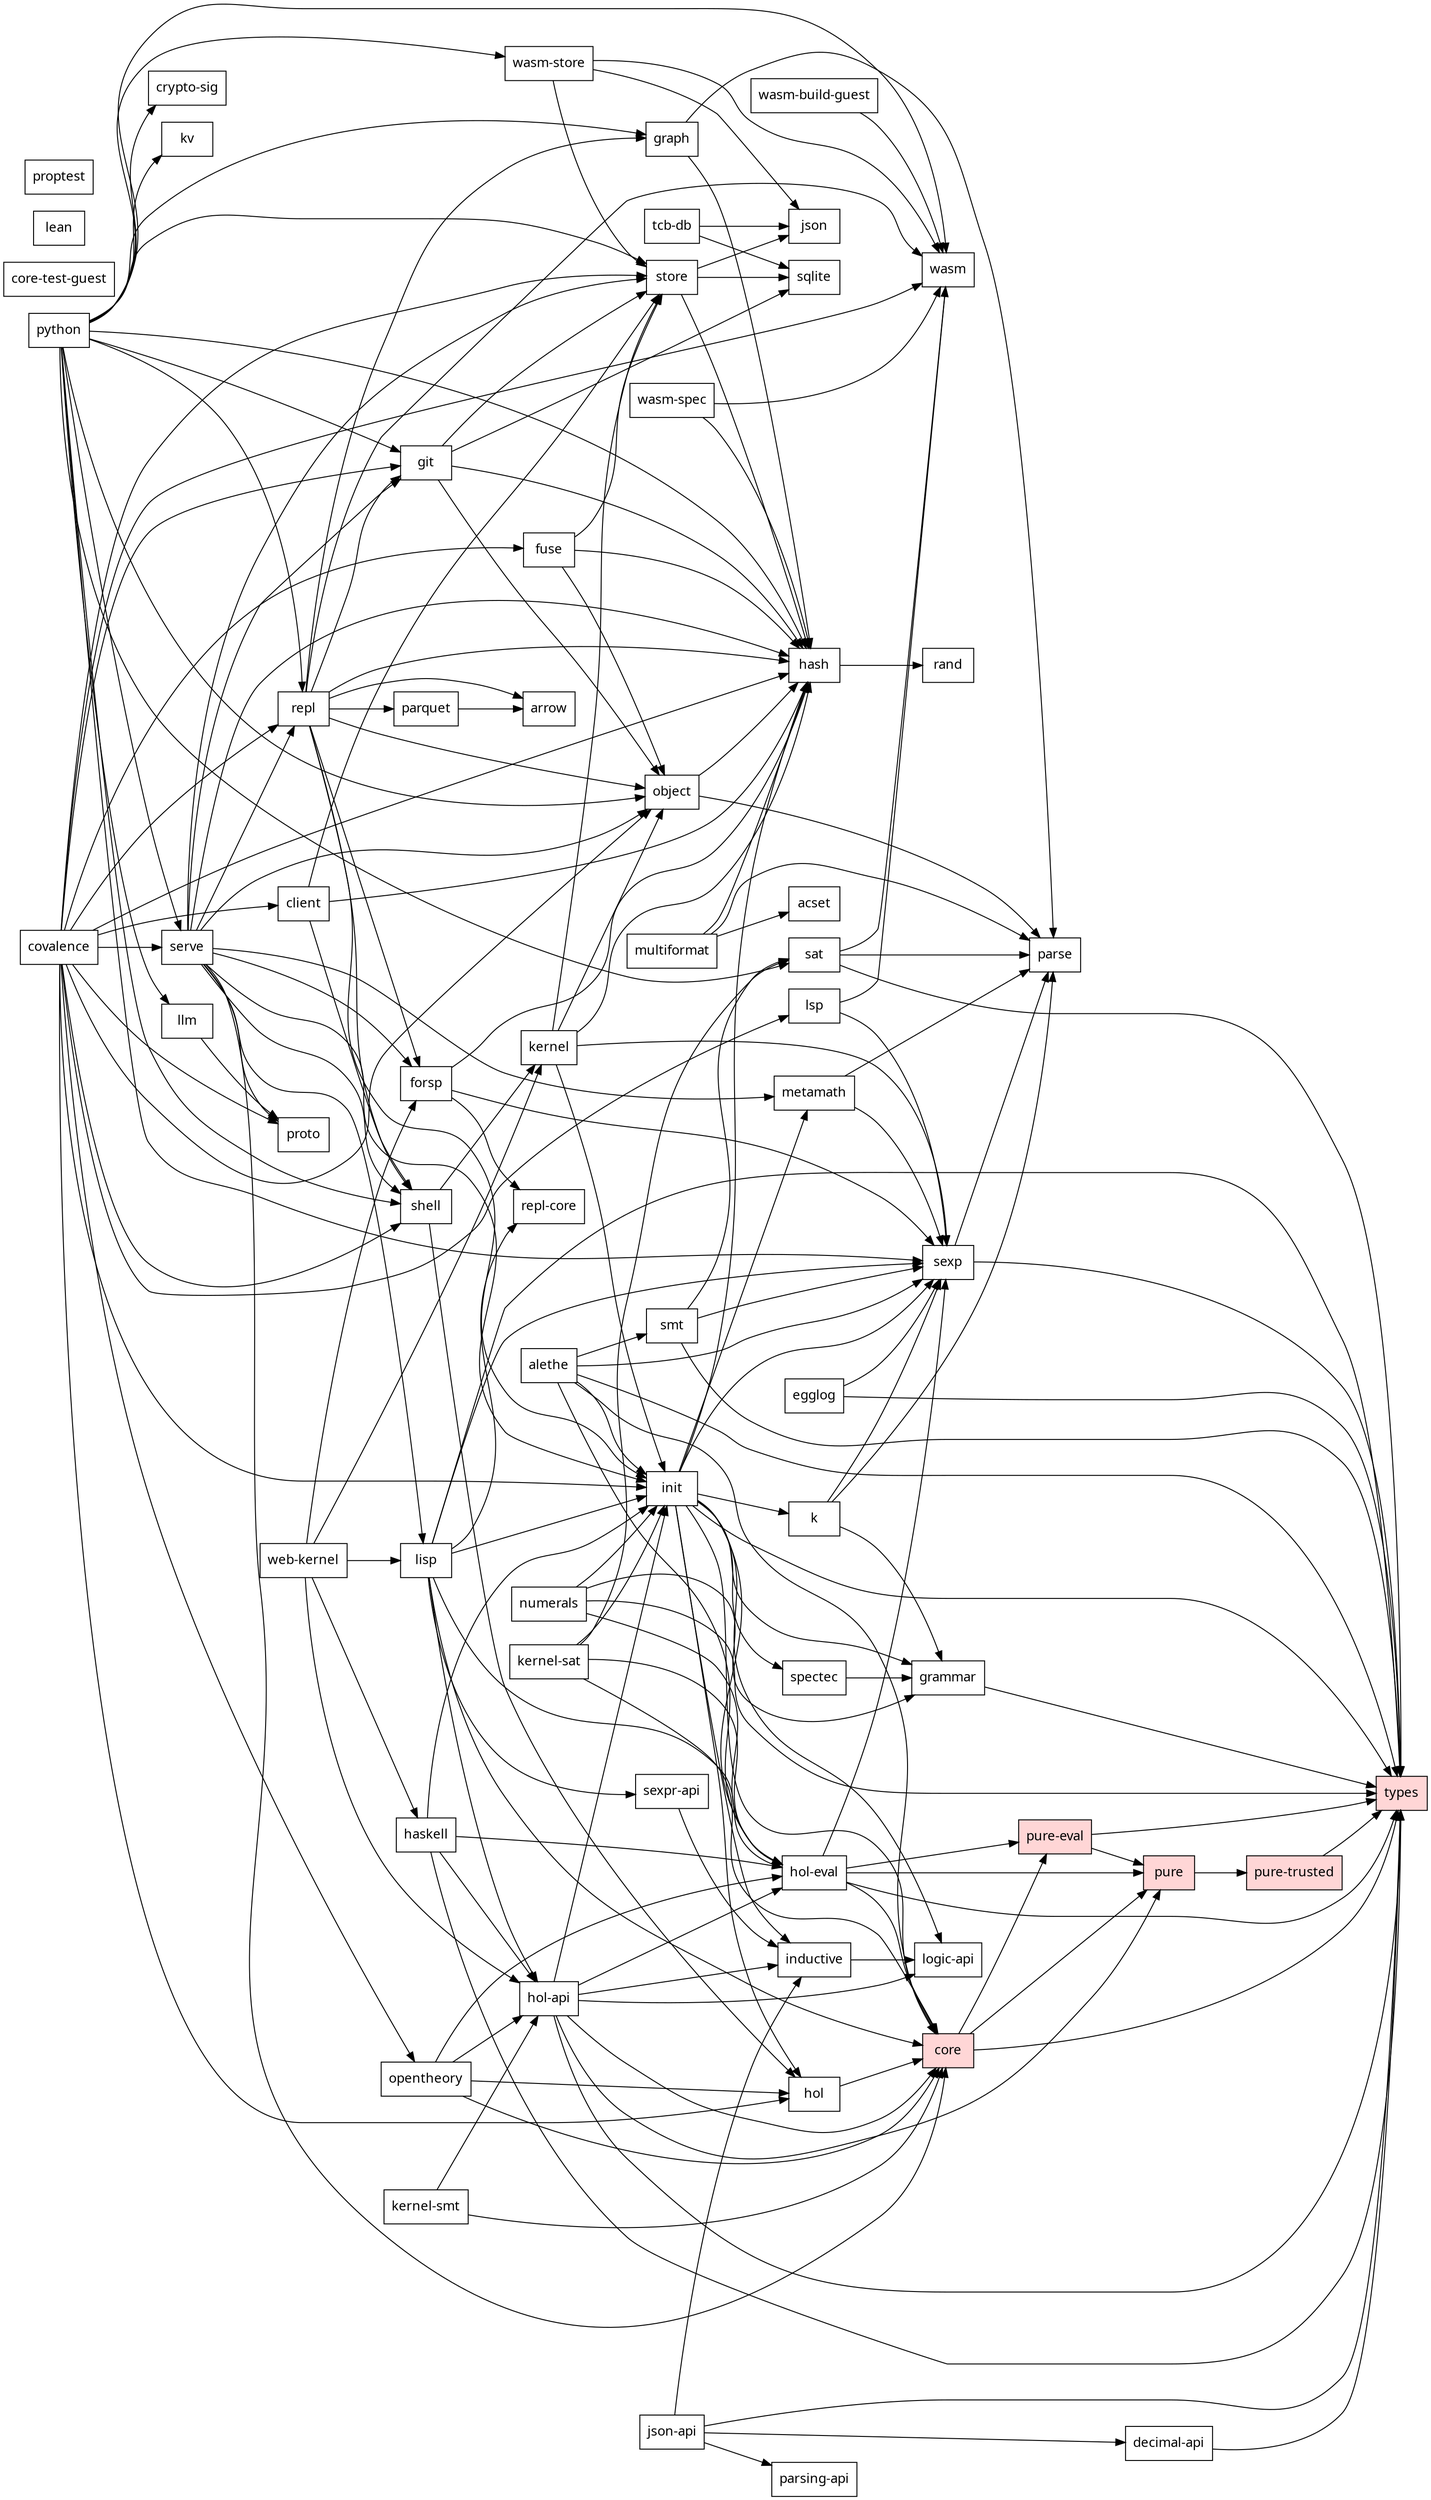
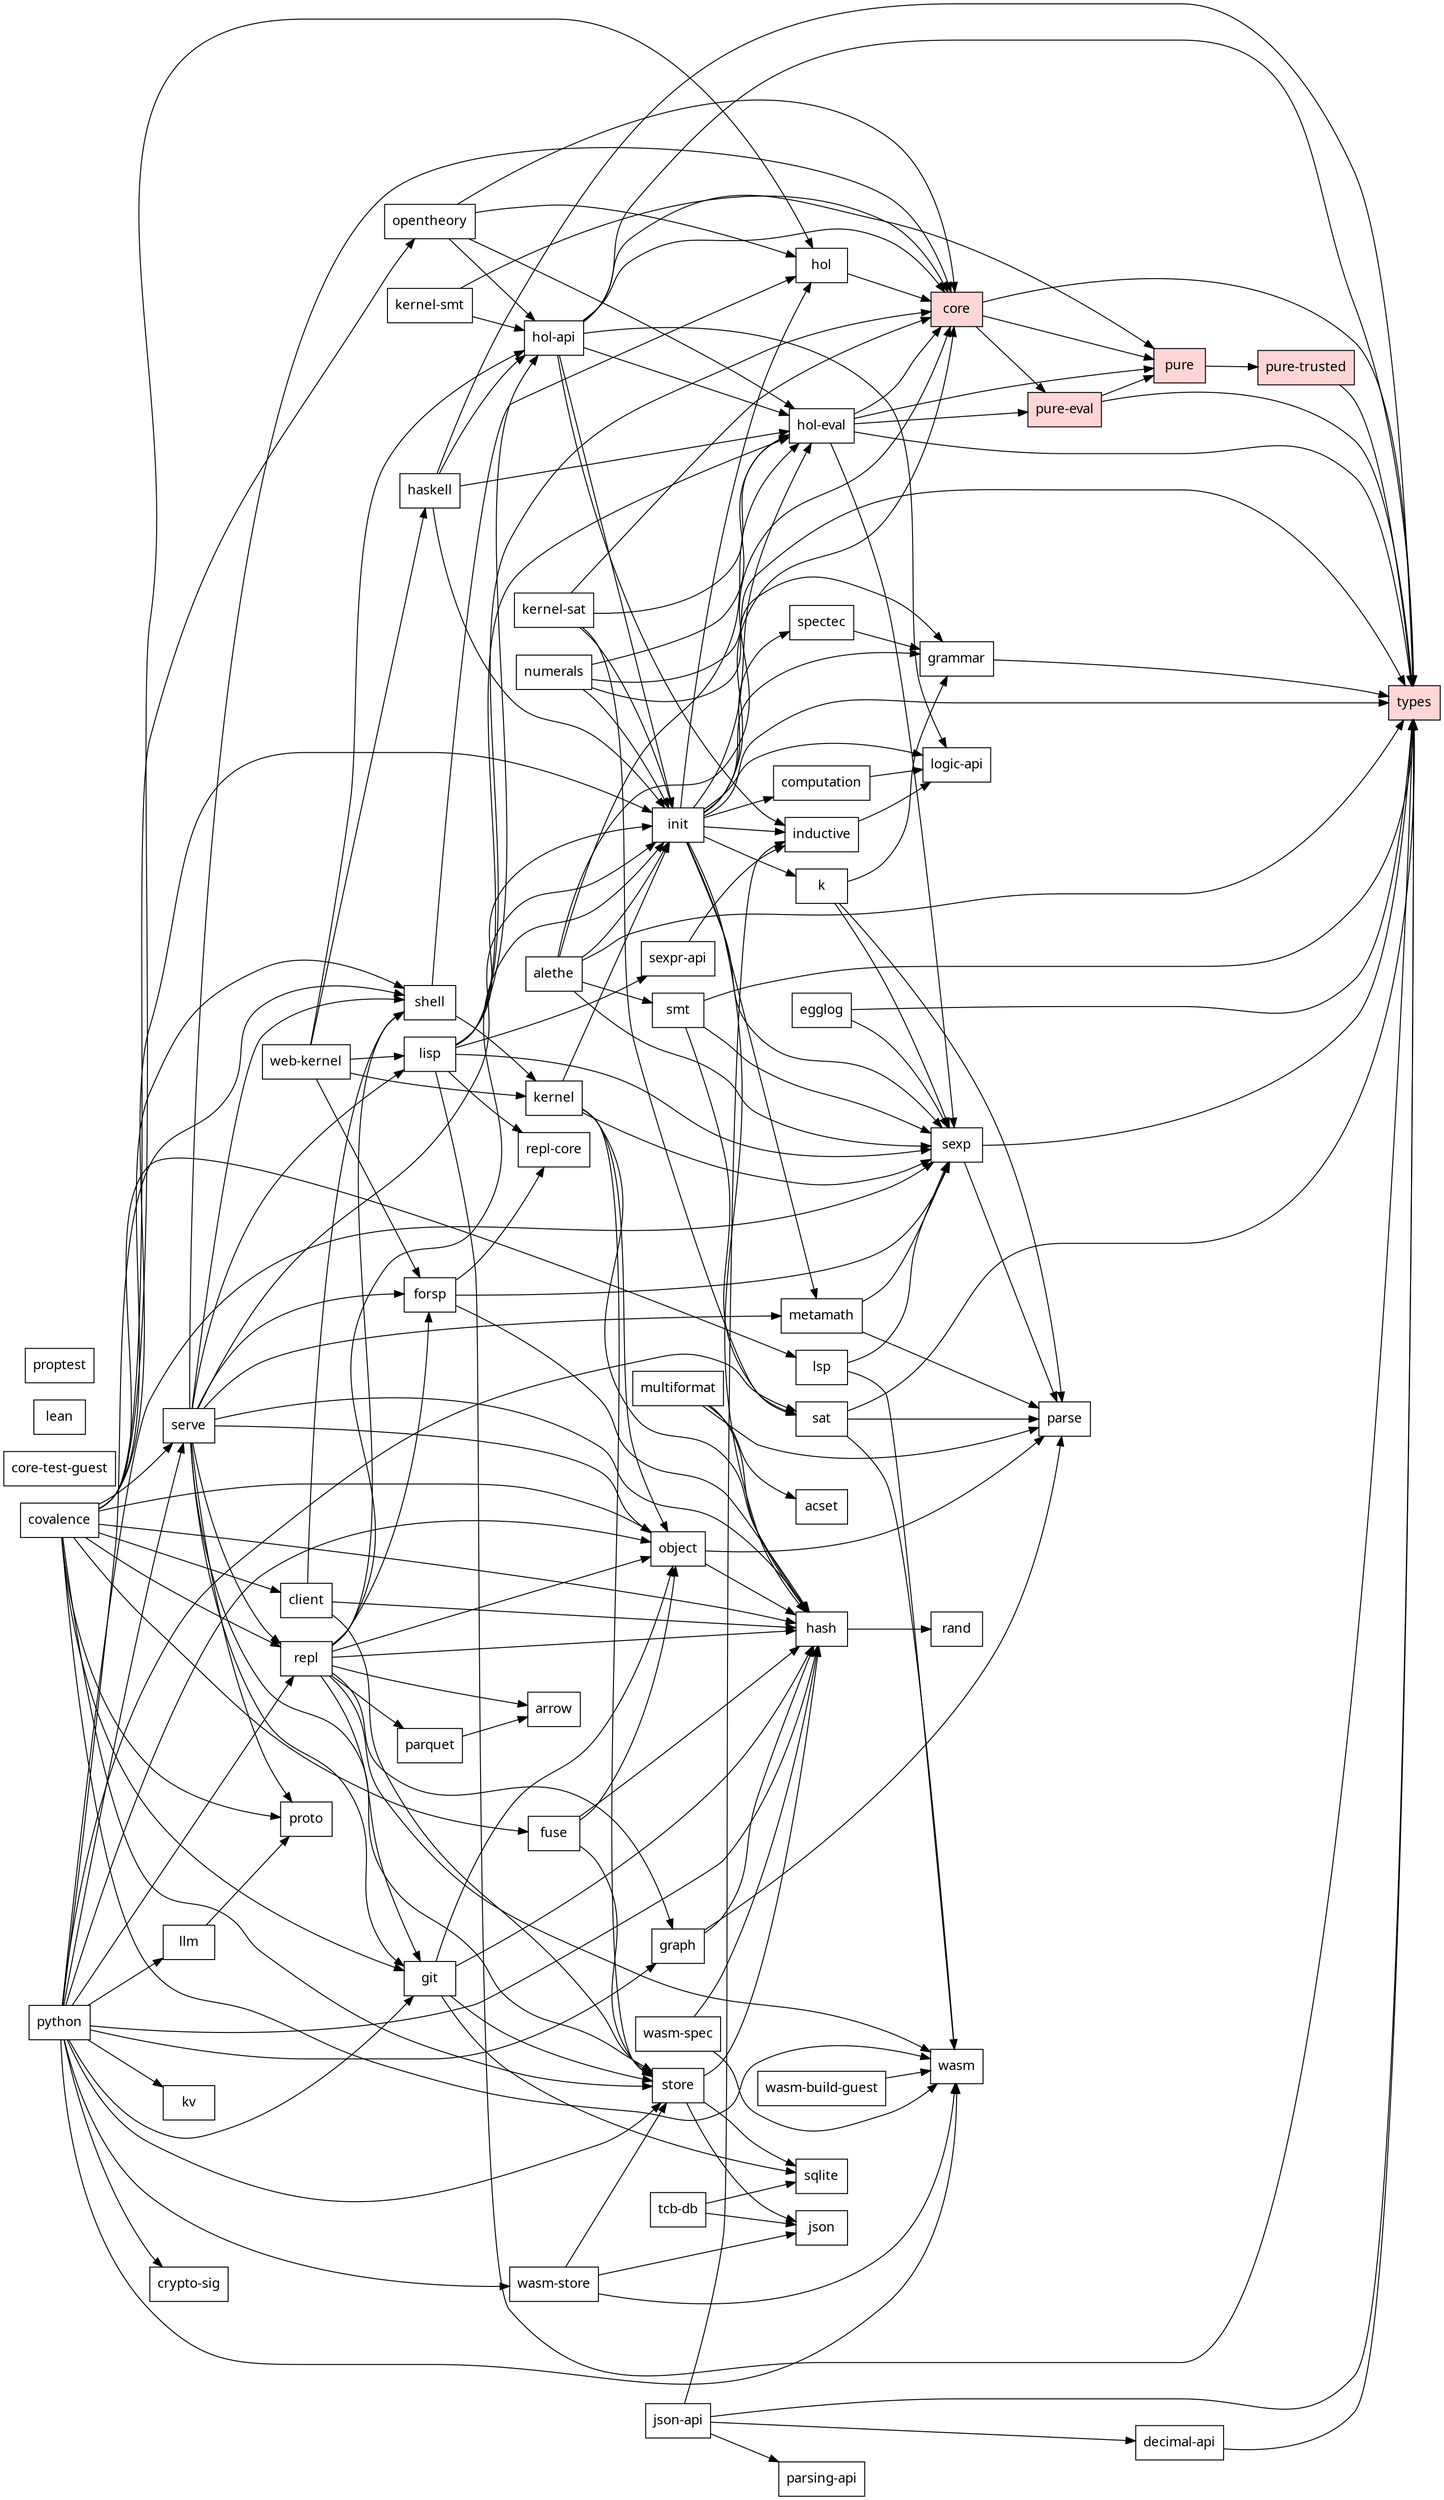
// Generated by scripts/dep-graph.mjs — do not edit (run `bun run deps`).
digraph deps {
  rankdir=LR;
  node [shape=box, fontname="sans-serif"];
  "covalence";
  "acset";
  "alethe";
  "arrow";
  "client";
+   "computation";
  "core" [style=filled, fillcolor="#ffd6d6"];
  "core-test-guest";
  "crypto-sig";
  "decimal-api";
  "egglog";
  "forsp";
  "fuse";
  "git";
  "grammar";
  "graph";
  "hash";
  "haskell";
  "hol";
  "hol-api";
  "hol-eval";
  "inductive";
  "init";
  "json";
  "json-api";
  "k";
  "kernel";
  "kernel-sat";
  "kernel-smt";
  "kv";
  "lean";
  "lisp";
  "llm";
  "logic-api";
  "lsp";
  "metamath";
  "multiformat";
  "numerals";
  "object";
  "opentheory";
  "parquet";
  "parse";
  "parsing-api";
  "proptest";
  "proto";
  "pure" [style=filled, fillcolor="#ffd6d6"];
  "pure-eval" [style=filled, fillcolor="#ffd6d6"];
  "pure-trusted" [style=filled, fillcolor="#ffd6d6"];
  "python";
  "rand";
  "repl";
  "repl-core";
  "sat";
  "serve";
  "sexp";
  "sexpr-api";
  "shell";
  "smt";
  "spectec";
  "sqlite";
  "store";
  "tcb-db";
  "types" [style=filled, fillcolor="#ffd6d6"];
  "wasm";
  "wasm-build-guest";
  "wasm-spec";
  "wasm-store";
  "web-kernel";
  "covalence" -> "client";
  "covalence" -> "fuse";
  "covalence" -> "git";
  "covalence" -> "hash";
  "covalence" -> "hol";
  "covalence" -> "init";
  "covalence" -> "lsp";
  "covalence" -> "object";
  "covalence" -> "opentheory";
  "covalence" -> "proto";
  "covalence" -> "repl";
  "covalence" -> "serve";
  "covalence" -> "shell";
  "covalence" -> "store";
  "covalence" -> "wasm";
  "alethe" -> "core";
  "alethe" -> "hol-eval";
  "alethe" -> "init";
  "alethe" -> "sexp";
  "alethe" -> "smt";
  "alethe" -> "types";
  "client" -> "hash";
  "client" -> "shell";
  "client" -> "store";
+   "computation" -> "logic-api";
  "core" -> "pure";
  "core" -> "pure-eval";
  "core" -> "types";
  "decimal-api" -> "types";
  "egglog" -> "sexp";
  "egglog" -> "types";
  "forsp" -> "hash";
  "forsp" -> "repl-core";
  "forsp" -> "sexp";
  "fuse" -> "hash";
  "fuse" -> "object";
  "fuse" -> "store";
  "git" -> "hash";
  "git" -> "object";
  "git" -> "sqlite";
  "git" -> "store";
  "grammar" -> "types";
  "graph" -> "hash";
  "graph" -> "parse";
  "hash" -> "rand";
  "haskell" -> "hol-api";
  "haskell" -> "hol-eval";
  "haskell" -> "init";
  "haskell" -> "types";
  "hol" -> "core";
  "hol-api" -> "core";
  "hol-api" -> "hol-eval";
  "hol-api" -> "inductive";
  "hol-api" -> "init";
  "hol-api" -> "logic-api";
  "hol-api" -> "pure";
  "hol-api" -> "types";
  "hol-eval" -> "core";
  "hol-eval" -> "pure";
  "hol-eval" -> "pure-eval";
  "hol-eval" -> "sexp";
  "hol-eval" -> "types";
  "inductive" -> "logic-api";
+   "init" -> "computation";
  "init" -> "core";
  "init" -> "grammar";
  "init" -> "hash";
  "init" -> "hol";
  "init" -> "hol-eval";
  "init" -> "inductive";
  "init" -> "k";
  "init" -> "logic-api";
  "init" -> "metamath";
  "init" -> "sexp";
  "init" -> "spectec";
  "init" -> "types";
  "json-api" -> "decimal-api";
  "json-api" -> "inductive";
  "json-api" -> "parsing-api";
  "json-api" -> "types";
  "k" -> "grammar";
  "k" -> "parse";
  "k" -> "sexp";
  "kernel" -> "hash";
  "kernel" -> "init";
  "kernel" -> "object";
  "kernel" -> "sexp";
  "kernel" -> "store";
  "kernel-sat" -> "core";
  "kernel-sat" -> "hol-eval";
  "kernel-sat" -> "init";
  "kernel-sat" -> "sat";
  "kernel-smt" -> "core";
  "kernel-smt" -> "hol-api";
  "lisp" -> "core";
  "lisp" -> "hol-api";
  "lisp" -> "hol-eval";
  "lisp" -> "init";
  "lisp" -> "repl-core";
  "lisp" -> "sexp";
  "lisp" -> "sexpr-api";
  "lisp" -> "types";
  "llm" -> "proto";
  "lsp" -> "sexp";
  "lsp" -> "wasm";
  "metamath" -> "parse";
  "metamath" -> "sexp";
  "multiformat" -> "acset";
  "multiformat" -> "hash";
  "multiformat" -> "parse";
  "numerals" -> "grammar";
  "numerals" -> "hol-eval";
  "numerals" -> "init";
  "numerals" -> "types";
  "object" -> "hash";
  "object" -> "parse";
  "opentheory" -> "core";
  "opentheory" -> "hol";
  "opentheory" -> "hol-api";
  "opentheory" -> "hol-eval";
  "parquet" -> "arrow";
  "pure" -> "pure-trusted";
  "pure-eval" -> "pure";
  "pure-eval" -> "types";
  "pure-trusted" -> "types";
  "python" -> "crypto-sig";
  "python" -> "git";
  "python" -> "graph";
  "python" -> "hash";
  "python" -> "kv";
  "python" -> "llm";
  "python" -> "object";
  "python" -> "repl";
  "python" -> "sat";
  "python" -> "serve";
  "python" -> "sexp";
  "python" -> "shell";
  "python" -> "store";
  "python" -> "wasm";
  "python" -> "wasm-store";
  "repl" -> "arrow";
  "repl" -> "forsp";
  "repl" -> "git";
  "repl" -> "graph";
  "repl" -> "hash";
  "repl" -> "init";
  "repl" -> "object";
  "repl" -> "parquet";
  "repl" -> "shell";
  "repl" -> "wasm";
  "sat" -> "parse";
  "sat" -> "types";
  "sat" -> "wasm";
  "serve" -> "core";
  "serve" -> "forsp";
  "serve" -> "git";
  "serve" -> "hash";
  "serve" -> "init";
  "serve" -> "lisp";
  "serve" -> "metamath";
  "serve" -> "object";
  "serve" -> "proto";
  "serve" -> "repl";
  "serve" -> "shell";
  "serve" -> "store";
  "sexp" -> "parse";
  "sexp" -> "types";
  "sexpr-api" -> "inductive";
  "shell" -> "hol";
  "shell" -> "kernel";
  "smt" -> "sat";
  "smt" -> "sexp";
  "smt" -> "types";
  "spectec" -> "grammar";
  "store" -> "hash";
  "store" -> "json";
  "store" -> "sqlite";
  "tcb-db" -> "json";
  "tcb-db" -> "sqlite";
  "wasm-build-guest" -> "wasm";
  "wasm-spec" -> "hash";
  "wasm-spec" -> "wasm";
  "wasm-store" -> "json";
  "wasm-store" -> "store";
  "wasm-store" -> "wasm";
  "web-kernel" -> "forsp";
  "web-kernel" -> "haskell";
  "web-kernel" -> "hol-api";
  "web-kernel" -> "kernel";
  "web-kernel" -> "lisp";
}
